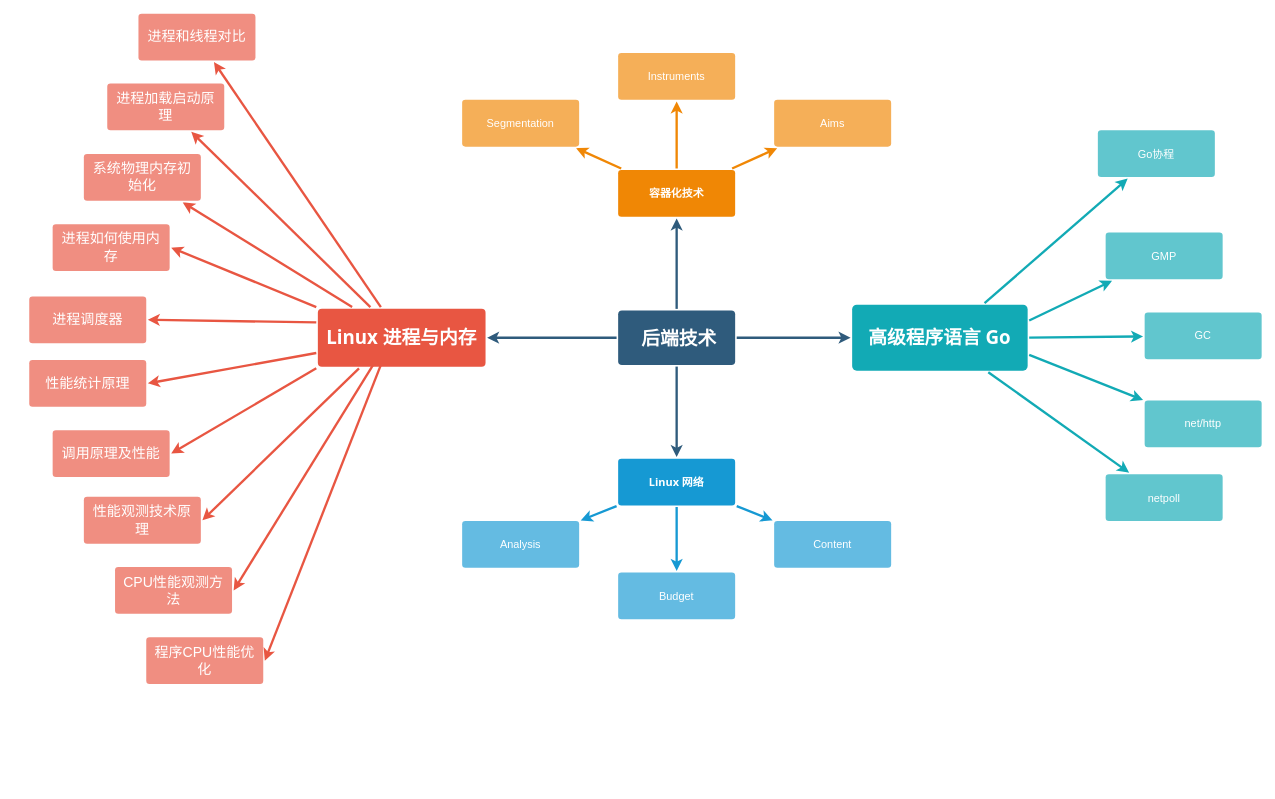
The draw.io diagram Backend Diagram.drawio in GIS142857/UML, before the edit. Source tidied: cells renumbered, new cells numbered last; positions are measured from the earlier drawing's top-left corner, leaving out a move shared by most shapes. Both pictures are drawn from the tidied source at 78%, with x=0, y=0 at pixel (29, 13).
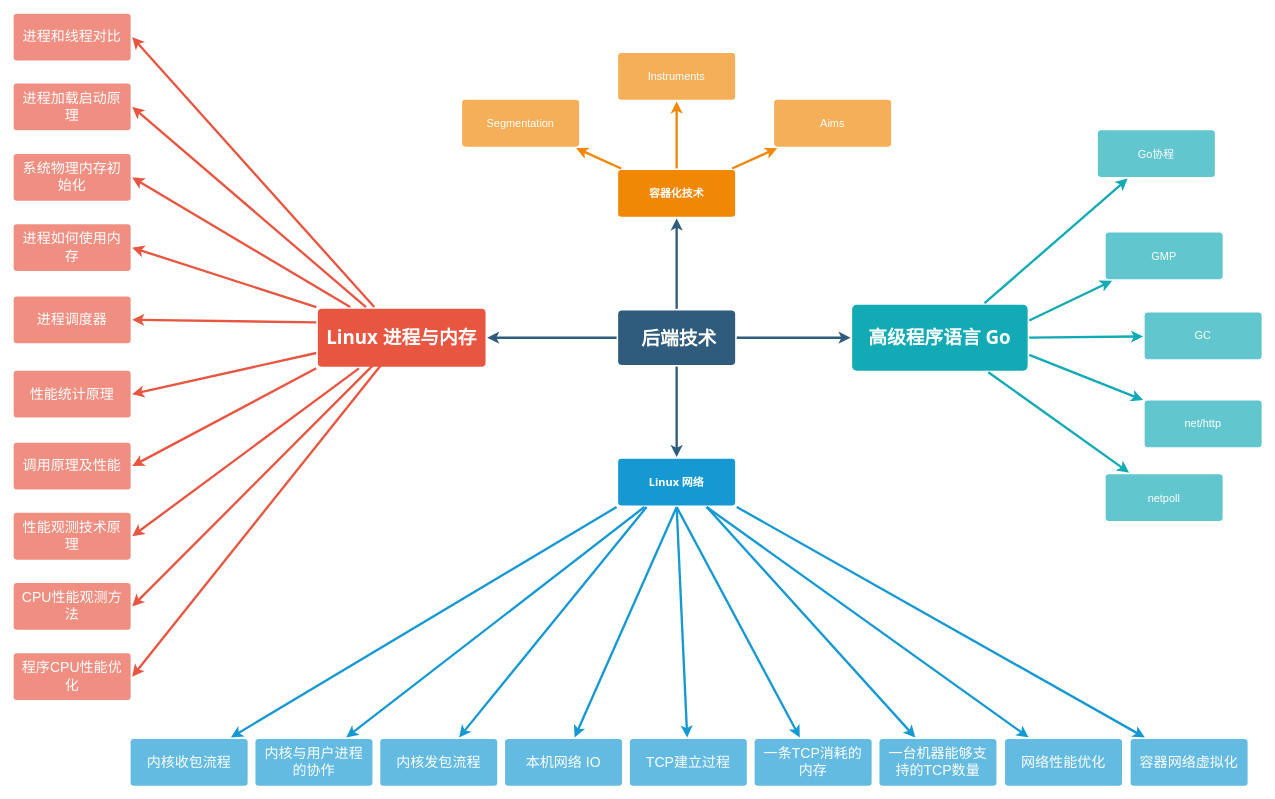
The same page after the edit.

Unchanged cells that the change refers to:
```xml
<mxCell id="10" value="&lt;span style=&quot;font-family: Tahoma; text-wrap-mode: nowrap;&quot;&gt;&lt;font style=&quot;font-size: 24px;&quot;&gt;Linux 进程与内存&lt;/font&gt;&lt;/span&gt;" style="rounded=1;whiteSpace=wrap;html=1;shadow=0;labelBackgroundColor=none;strokeColor=none;strokeWidth=3;fillColor=#e85642;fontFamily=Helvetica;fontSize=14;fontColor=#FFFFFF;align=center;spacing=5;fontStyle=1;arcSize=7;perimeterSpacing=2;" parent="1" vertex="1">
  <mxGeometry x="370" y="378.2" width="215" height="74.5" as="geometry" />
</mxCell>
<mxCell id="17" value="&lt;span style=&quot;font-family: Tahoma; text-wrap-mode: nowrap;&quot;&gt;Linux 网络&lt;/span&gt;" style="rounded=1;whiteSpace=wrap;html=1;shadow=0;labelBackgroundColor=none;strokeColor=none;strokeWidth=3;fillColor=#1699d3;fontFamily=Helvetica;fontSize=14;fontColor=#FFFFFF;align=center;spacing=5;fontStyle=1;arcSize=7;perimeterSpacing=2;" parent="1" vertex="1">
  <mxGeometry x="755" y="570.5" width="150" height="60" as="geometry" />
</mxCell>
```

What changed in the source:
```diff
@@
-    <mxCell id="7" style="edgeStyle=none;rounded=1;jumpStyle=none;html=1;shadow=0;labelBackgroundColor=none;startArrow=none;startFill=0;jettySize=auto;strokeColor=#E85642;strokeWidth=3;fontFamily=Helvetica;fontSize=14;fontColor=#FFFFFF;spacing=5;fontStyle=1;fillColor=#b0e3e6;" parent="1" edge="1" source="10" target="13">
+    <mxCell id="7" style="edgeStyle=none;rounded=1;jumpStyle=none;html=1;shadow=0;labelBackgroundColor=none;startArrow=none;startFill=0;jettySize=auto;strokeColor=#E85642;strokeWidth=3;fontFamily=Helvetica;fontSize=14;fontColor=#FFFFFF;spacing=5;fontStyle=1;fillColor=#b0e3e6;entryX=1;entryY=0.5;entryDx=0;entryDy=0;" parent="1" edge="1" source="10" target="13">
       <mxGeometry relative="1" as="geometry" />
     </mxCell>
-    <mxCell id="8" style="edgeStyle=none;rounded=1;jumpStyle=none;html=1;shadow=0;labelBackgroundColor=none;startArrow=none;startFill=0;jettySize=auto;strokeColor=#E85642;strokeWidth=3;fontFamily=Helvetica;fontSize=14;fontColor=#FFFFFF;spacing=5;fontStyle=1;fillColor=#b0e3e6;" parent="1" edge="1" source="10" target="12">
+    <mxCell id="8" style="edgeStyle=none;rounded=1;jumpStyle=none;html=1;shadow=0;labelBackgroundColor=none;startArrow=none;startFill=0;jettySize=auto;strokeColor=#E85642;strokeWidth=3;fontFamily=Helvetica;fontSize=14;fontColor=#FFFFFF;spacing=5;fontStyle=1;fillColor=#b0e3e6;entryX=1;entryY=0.5;entryDx=0;entryDy=0;" parent="1" edge="1" source="10" target="12">
       <mxGeometry relative="1" as="geometry" />
     </mxCell>
-    <mxCell id="9" style="edgeStyle=none;rounded=1;jumpStyle=none;html=1;shadow=0;labelBackgroundColor=none;startArrow=none;startFill=0;jettySize=auto;strokeColor=#E85642;strokeWidth=3;fontFamily=Helvetica;fontSize=14;fontColor=#FFFFFF;spacing=5;fontStyle=1;fillColor=#b0e3e6;" parent="1" edge="1" source="10" target="11">
+    <mxCell id="9" style="edgeStyle=none;rounded=1;jumpStyle=none;html=1;shadow=0;labelBackgroundColor=none;startArrow=none;startFill=0;jettySize=auto;strokeColor=#E85642;strokeWidth=3;fontFamily=Helvetica;fontSize=14;fontColor=#FFFFFF;spacing=5;fontStyle=1;fillColor=#b0e3e6;entryX=1;entryY=0.5;entryDx=0;entryDy=0;" parent="1" edge="1" source="10" target="11">
       <mxGeometry relative="1" as="geometry" />
     </mxCell>
@@
     <mxCell id="11" value="&lt;font style=&quot;font-size: 18px;&quot;&gt;系统物理内存初始化&lt;/font&gt;" style="rounded=1;whiteSpace=wrap;html=1;shadow=0;labelBackgroundColor=none;strokeColor=none;strokeWidth=3;fillColor=#f08e81;fontFamily=Helvetica;fontSize=14;fontColor=#FFFFFF;align=center;spacing=5;fontStyle=0;arcSize=7;perimeterSpacing=2;" parent="1" vertex="1">
-      <mxGeometry x="70" y="180" width="150" height="60" as="geometry" />
+      <mxGeometry x="-20" y="180" width="150" height="60" as="geometry" />
     </mxCell>
     <mxCell id="12" value="&lt;font style=&quot;font-size: 18px;&quot;&gt;进程加载启动原理&lt;/font&gt;" style="rounded=1;whiteSpace=wrap;html=1;shadow=0;labelBackgroundColor=none;strokeColor=none;strokeWidth=3;fillColor=#f08e81;fontFamily=Helvetica;fontSize=14;fontColor=#FFFFFF;align=center;spacing=5;fontStyle=0;arcSize=7;perimeterSpacing=2;" parent="1" vertex="1">
-      <mxGeometry x="100" y="89.5" width="150" height="60" as="geometry" />
+      <mxGeometry x="-20" y="89.5" width="150" height="60" as="geometry" />
     </mxCell>
     <mxCell id="13" value="&lt;font style=&quot;font-size: 18px;&quot;&gt;进程和线程对比&lt;/font&gt;" style="rounded=1;whiteSpace=wrap;html=1;shadow=0;labelBackgroundColor=none;strokeColor=none;strokeWidth=3;fillColor=#f08e81;fontFamily=Helvetica;fontSize=14;fontColor=#FFFFFF;align=center;spacing=5;fontStyle=0;arcSize=7;perimeterSpacing=2;" parent="1" vertex="1">
-      <mxGeometry x="140" width="150" height="60" as="geometry" />
+      <mxGeometry x="-20" width="150" height="60" as="geometry" />
     </mxCell>
-    <mxCell id="14" style="edgeStyle=none;rounded=0;jumpStyle=none;html=1;shadow=0;labelBackgroundColor=none;startArrow=none;startFill=0;endArrow=classic;endFill=1;jettySize=auto;strokeColor=#1699D3;strokeWidth=3;fontFamily=Helvetica;fontSize=14;fontColor=#FFFFFF;spacing=5;" parent="1" edge="1" source="17" target="20">
+    <mxCell id="14" style="edgeStyle=none;rounded=0;jumpStyle=none;html=1;shadow=0;labelBackgroundColor=none;startArrow=none;startFill=0;endArrow=classic;endFill=1;jettySize=auto;strokeColor=#1699D3;strokeWidth=3;fontFamily=Helvetica;fontSize=14;fontColor=#FFFFFF;spacing=5;exitX=0;exitY=1;exitDx=0;exitDy=0;" parent="1" edge="1" source="17" target="20">
       <mxGeometry relative="1" as="geometry" />
     </mxCell>
@@
-    <mxCell id="16" style="edgeStyle=none;rounded=0;jumpStyle=none;html=1;shadow=0;labelBackgroundColor=none;startArrow=none;startFill=0;endArrow=classic;endFill=1;jettySize=auto;strokeColor=#1699D3;strokeWidth=3;fontFamily=Helvetica;fontSize=14;fontColor=#FFFFFF;spacing=5;" parent="1" edge="1" source="17" target="18">
+    <mxCell id="16" style="edgeStyle=none;rounded=0;jumpStyle=none;html=1;shadow=0;labelBackgroundColor=none;startArrow=none;startFill=0;endArrow=classic;endFill=1;jettySize=auto;strokeColor=#1699D3;strokeWidth=3;fontFamily=Helvetica;fontSize=14;fontColor=#FFFFFF;spacing=5;exitX=0.25;exitY=1;exitDx=0;exitDy=0;" parent="1" edge="1" source="17" target="18">
       <mxGeometry relative="1" as="geometry" />
     </mxCell>
@@
-    <mxCell id="18" value="Content" style="rounded=1;whiteSpace=wrap;html=1;shadow=0;labelBackgroundColor=none;strokeColor=none;strokeWidth=3;fillColor=#64bbe2;fontFamily=Helvetica;fontSize=14;fontColor=#FFFFFF;align=center;spacing=5;arcSize=7;perimeterSpacing=2;" parent="1" vertex="1">
-      <mxGeometry x="955" y="650.5" width="150" height="60" as="geometry" />
+    <mxCell id="18" value="&lt;span style=&quot;font-size: 18px;&quot;&gt;内核发包流程&lt;/span&gt;" style="rounded=1;whiteSpace=wrap;html=1;shadow=0;labelBackgroundColor=none;strokeColor=none;strokeWidth=3;fillColor=#64bbe2;fontFamily=Helvetica;fontSize=14;fontColor=#FFFFFF;align=center;spacing=5;arcSize=7;perimeterSpacing=2;" parent="1" vertex="1">
+      <mxGeometry x="450" y="930" width="150" height="60" as="geometry" />
     </mxCell>
-    <mxCell id="19" value="Budget" style="rounded=1;whiteSpace=wrap;html=1;shadow=0;labelBackgroundColor=none;strokeColor=none;strokeWidth=3;fillColor=#64bbe2;fontFamily=Helvetica;fontSize=14;fontColor=#FFFFFF;align=center;spacing=5;arcSize=7;perimeterSpacing=2;" parent="1" vertex="1">
-      <mxGeometry x="755" y="716.5" width="150" height="60" as="geometry" />
+    <mxCell id="19" value="&lt;font style=&quot;font-size: 18px;&quot;&gt;内核与用户进程的协作&lt;/font&gt;" style="rounded=1;whiteSpace=wrap;html=1;shadow=0;labelBackgroundColor=none;strokeColor=none;strokeWidth=3;fillColor=#64bbe2;fontFamily=Helvetica;fontSize=14;fontColor=#FFFFFF;align=center;spacing=5;arcSize=7;perimeterSpacing=2;" parent="1" vertex="1">
+      <mxGeometry x="290" y="930" width="150" height="60" as="geometry" />
     </mxCell>
-    <mxCell id="20" value="Analysis" style="rounded=1;whiteSpace=wrap;html=1;shadow=0;labelBackgroundColor=none;strokeColor=none;strokeWidth=3;fillColor=#64bbe2;fontFamily=Helvetica;fontSize=14;fontColor=#FFFFFF;align=center;spacing=5;arcSize=7;perimeterSpacing=2;" parent="1" vertex="1">
-      <mxGeometry x="555" y="650.5" width="150" height="60" as="geometry" />
+    <mxCell id="20" value="&lt;span style=&quot;font-size: 18px;&quot;&gt;内核收包流程&lt;/span&gt;" style="rounded=1;whiteSpace=wrap;html=1;shadow=0;labelBackgroundColor=none;strokeColor=none;strokeWidth=3;fillColor=#64bbe2;fontFamily=Helvetica;fontSize=14;fontColor=#FFFFFF;align=center;spacing=5;arcSize=7;perimeterSpacing=2;" parent="1" vertex="1">
+      <mxGeometry x="130" y="930" width="150" height="60" as="geometry" />
     </mxCell>
@@
     <mxCell id="37" value="&lt;font style=&quot;font-size: 18px;&quot;&gt;进程如何使用内存&lt;/font&gt;" style="rounded=1;whiteSpace=wrap;html=1;shadow=0;labelBackgroundColor=none;strokeColor=none;strokeWidth=3;fillColor=#f08e81;fontFamily=Helvetica;fontSize=14;fontColor=#FFFFFF;align=center;spacing=5;fontStyle=0;arcSize=7;perimeterSpacing=2;" parent="1" vertex="1">
-      <mxGeometry x="30" y="270" width="150" height="60" as="geometry" />
+      <mxGeometry x="-20" y="270" width="150" height="60" as="geometry" />
     </mxCell>
@@
     <mxCell id="39" value="&lt;font style=&quot;font-size: 18px;&quot;&gt;进程调度器&lt;/font&gt;" style="rounded=1;whiteSpace=wrap;html=1;shadow=0;labelBackgroundColor=none;strokeColor=none;strokeWidth=3;fillColor=#f08e81;fontFamily=Helvetica;fontSize=14;fontColor=#FFFFFF;align=center;spacing=5;fontStyle=0;arcSize=7;perimeterSpacing=2;" parent="1" vertex="1">
-      <mxGeometry y="362.5" width="150" height="60" as="geometry" />
+      <mxGeometry x="-20" y="362.5" width="150" height="60" as="geometry" />
     </mxCell>
@@
     <mxCell id="41" value="&lt;font style=&quot;font-size: 18px;&quot;&gt;性能统计原理&lt;/font&gt;" style="rounded=1;whiteSpace=wrap;html=1;shadow=0;labelBackgroundColor=none;strokeColor=none;strokeWidth=3;fillColor=#f08e81;fontFamily=Helvetica;fontSize=14;fontColor=#FFFFFF;align=center;spacing=5;fontStyle=0;arcSize=7;perimeterSpacing=2;" parent="1" vertex="1">
-      <mxGeometry y="444" width="150" height="60" as="geometry" />
+      <mxGeometry x="-20" y="457.8" width="150" height="60" as="geometry" />
     </mxCell>
@@
     <mxCell id="43" value="&lt;font style=&quot;font-size: 18px;&quot;&gt;调用原理及性能&lt;/font&gt;" style="rounded=1;whiteSpace=wrap;html=1;shadow=0;labelBackgroundColor=none;strokeColor=none;strokeWidth=3;fillColor=#f08e81;fontFamily=Helvetica;fontSize=14;fontColor=#FFFFFF;align=center;spacing=5;fontStyle=0;arcSize=7;perimeterSpacing=2;" parent="1" vertex="1">
-      <mxGeometry x="30" y="534" width="150" height="60" as="geometry" />
+      <mxGeometry x="-20" y="550" width="150" height="60" as="geometry" />
     </mxCell>
@@
     <mxCell id="45" value="&lt;font style=&quot;font-size: 18px;&quot;&gt;性能观测技术原理&lt;/font&gt;" style="rounded=1;whiteSpace=wrap;html=1;shadow=0;labelBackgroundColor=none;strokeColor=none;strokeWidth=3;fillColor=#f08e81;fontFamily=Helvetica;fontSize=14;fontColor=#FFFFFF;align=center;spacing=5;fontStyle=0;arcSize=7;perimeterSpacing=2;" parent="1" vertex="1">
-      <mxGeometry x="70" y="619.5" width="150" height="60" as="geometry" />
+      <mxGeometry x="-20" y="640" width="150" height="60" as="geometry" />
     </mxCell>
@@
     <mxCell id="47" value="&lt;font style=&quot;font-size: 18px;&quot;&gt;CPU性能观测方法&lt;/font&gt;" style="rounded=1;whiteSpace=wrap;html=1;shadow=0;labelBackgroundColor=none;strokeColor=none;strokeWidth=3;fillColor=#f08e81;fontFamily=Helvetica;fontSize=14;fontColor=#FFFFFF;align=center;spacing=5;fontStyle=0;arcSize=7;perimeterSpacing=2;" parent="1" vertex="1">
-      <mxGeometry x="110" y="709.5" width="150" height="60" as="geometry" />
+      <mxGeometry x="-20" y="730" width="150" height="60" as="geometry" />
     </mxCell>
@@
     <mxCell id="49" value="&lt;font style=&quot;font-size: 18px;&quot;&gt;程序CPU性能优化&lt;/font&gt;" style="rounded=1;whiteSpace=wrap;html=1;shadow=0;labelBackgroundColor=none;strokeColor=none;strokeWidth=3;fillColor=#f08e81;fontFamily=Helvetica;fontSize=14;fontColor=#FFFFFF;align=center;spacing=5;fontStyle=0;arcSize=7;perimeterSpacing=2;" parent="1" vertex="1">
-      <mxGeometry x="150" y="799.5" width="150" height="60" as="geometry" />
+      <mxGeometry x="-20" y="820" width="150" height="60" as="geometry" />
     </mxCell>
@@
+    <mxCell id="53" style="edgeStyle=none;rounded=0;jumpStyle=none;html=1;shadow=0;labelBackgroundColor=none;startArrow=none;startFill=0;endArrow=classic;endFill=1;jettySize=auto;strokeColor=#1699D3;strokeWidth=3;fontFamily=Helvetica;fontSize=14;fontColor=#FFFFFF;spacing=5;exitX=0.5;exitY=1;exitDx=0;exitDy=0;" parent="1" edge="1" source="17" target="54">
+      <mxGeometry relative="1" as="geometry" />
+    </mxCell>
+    <mxCell id="54" value="&lt;font style=&quot;font-size: 18px;&quot;&gt;本机网络 IO&lt;/font&gt;" style="rounded=1;whiteSpace=wrap;html=1;shadow=0;labelBackgroundColor=none;strokeColor=none;strokeWidth=3;fillColor=#64bbe2;fontFamily=Helvetica;fontSize=14;fontColor=#FFFFFF;align=center;spacing=5;arcSize=7;perimeterSpacing=2;" parent="1" vertex="1">
+      <mxGeometry x="610" y="930" width="150" height="60" as="geometry" />
+    </mxCell>
+    <mxCell id="55" style="edgeStyle=none;rounded=0;jumpStyle=none;html=1;shadow=0;labelBackgroundColor=none;startArrow=none;startFill=0;endArrow=classic;endFill=1;jettySize=auto;strokeColor=#1699D3;strokeWidth=3;fontFamily=Helvetica;fontSize=14;fontColor=#FFFFFF;spacing=5;exitX=0.5;exitY=1;exitDx=0;exitDy=0;" parent="1" edge="1" source="17" target="56">
+      <mxGeometry relative="1" as="geometry" />
+    </mxCell>
+    <mxCell id="56" value="&lt;font style=&quot;font-size: 18px;&quot;&gt;TCP建立过程&lt;/font&gt;" style="rounded=1;whiteSpace=wrap;html=1;shadow=0;labelBackgroundColor=none;strokeColor=none;strokeWidth=3;fillColor=#64bbe2;fontFamily=Helvetica;fontSize=14;fontColor=#FFFFFF;align=center;spacing=5;arcSize=7;perimeterSpacing=2;" parent="1" vertex="1">
+      <mxGeometry x="770" y="930" width="150" height="60" as="geometry" />
+    </mxCell>
+    <mxCell id="57" style="edgeStyle=none;rounded=0;jumpStyle=none;html=1;shadow=0;labelBackgroundColor=none;startArrow=none;startFill=0;endArrow=classic;endFill=1;jettySize=auto;strokeColor=#1699D3;strokeWidth=3;fontFamily=Helvetica;fontSize=14;fontColor=#FFFFFF;spacing=5;exitX=0.5;exitY=1;exitDx=0;exitDy=0;" parent="1" edge="1" source="17" target="58">
+      <mxGeometry relative="1" as="geometry" />
+    </mxCell>
+    <mxCell id="58" value="&lt;font style=&quot;font-size: 18px;&quot;&gt;一条TCP消耗的内存&lt;/font&gt;" style="rounded=1;whiteSpace=wrap;html=1;shadow=0;labelBackgroundColor=none;strokeColor=none;strokeWidth=3;fillColor=#64bbe2;fontFamily=Helvetica;fontSize=14;fontColor=#FFFFFF;align=center;spacing=5;arcSize=7;perimeterSpacing=2;" parent="1" vertex="1">
+      <mxGeometry x="930" y="930" width="150" height="60" as="geometry" />
+    </mxCell>
+    <mxCell id="59" style="edgeStyle=none;rounded=0;jumpStyle=none;html=1;shadow=0;labelBackgroundColor=none;startArrow=none;startFill=0;endArrow=classic;endFill=1;jettySize=auto;strokeColor=#1699D3;strokeWidth=3;fontFamily=Helvetica;fontSize=14;fontColor=#FFFFFF;spacing=5;exitX=0.75;exitY=1;exitDx=0;exitDy=0;" parent="1" edge="1" source="17" target="60">
+      <mxGeometry relative="1" as="geometry" />
+    </mxCell>
+    <mxCell id="60" value="&lt;font style=&quot;font-size: 18px;&quot;&gt;一台机器能够支持的TCP数量&lt;/font&gt;" style="rounded=1;whiteSpace=wrap;html=1;shadow=0;labelBackgroundColor=none;strokeColor=none;strokeWidth=3;fillColor=#64bbe2;fontFamily=Helvetica;fontSize=14;fontColor=#FFFFFF;align=center;spacing=5;arcSize=7;perimeterSpacing=2;" parent="1" vertex="1">
+      <mxGeometry x="1090" y="930" width="150" height="60" as="geometry" />
+    </mxCell>
+    <mxCell id="61" style="edgeStyle=none;rounded=0;jumpStyle=none;html=1;shadow=0;labelBackgroundColor=none;startArrow=none;startFill=0;endArrow=classic;endFill=1;jettySize=auto;strokeColor=#1699D3;strokeWidth=3;fontFamily=Helvetica;fontSize=14;fontColor=#FFFFFF;spacing=5;exitX=0.75;exitY=1;exitDx=0;exitDy=0;" parent="1" edge="1" source="17" target="62">
+      <mxGeometry relative="1" as="geometry" />
+    </mxCell>
+    <mxCell id="62" value="&lt;font style=&quot;font-size: 18px;&quot;&gt;网络性能优化&lt;/font&gt;" style="rounded=1;whiteSpace=wrap;html=1;shadow=0;labelBackgroundColor=none;strokeColor=none;strokeWidth=3;fillColor=#64bbe2;fontFamily=Helvetica;fontSize=14;fontColor=#FFFFFF;align=center;spacing=5;arcSize=7;perimeterSpacing=2;" parent="1" vertex="1">
+      <mxGeometry x="1251" y="930" width="150" height="60" as="geometry" />
+    </mxCell>
+    <mxCell id="63" style="edgeStyle=none;rounded=0;jumpStyle=none;html=1;shadow=0;labelBackgroundColor=none;startArrow=none;startFill=0;endArrow=classic;endFill=1;jettySize=auto;strokeColor=#1699D3;strokeWidth=3;fontFamily=Helvetica;fontSize=14;fontColor=#FFFFFF;spacing=5;exitX=1;exitY=1;exitDx=0;exitDy=0;" parent="1" edge="1" source="17" target="64">
+      <mxGeometry relative="1" as="geometry" />
+    </mxCell>
+    <mxCell id="64" value="&lt;font style=&quot;font-size: 18px;&quot;&gt;容器网络虚拟化&lt;/font&gt;" style="rounded=1;whiteSpace=wrap;html=1;shadow=0;labelBackgroundColor=none;strokeColor=none;strokeWidth=3;fillColor=#64bbe2;fontFamily=Helvetica;fontSize=14;fontColor=#FFFFFF;align=center;spacing=5;arcSize=7;perimeterSpacing=2;" parent="1" vertex="1">
+      <mxGeometry x="1412" y="930" width="150" height="60" as="geometry" />
+    </mxCell>
```
